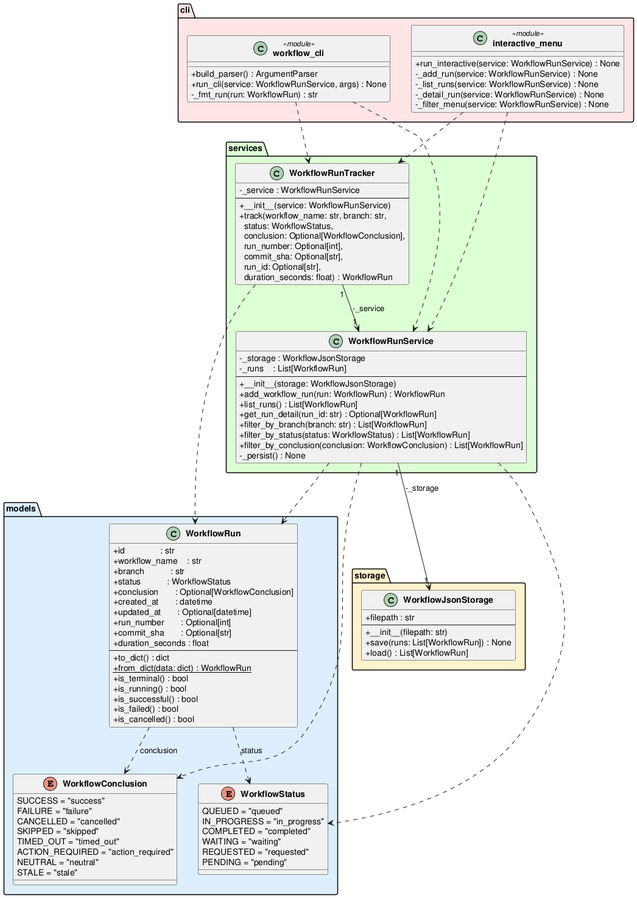
This is experiments/pipeline/structured_text/github-workflow-manager/artifacts/class_diagram.png from DanielRiha8906/Software_autoevolution_using_agents, a PlantUML export, as it was before one commit.
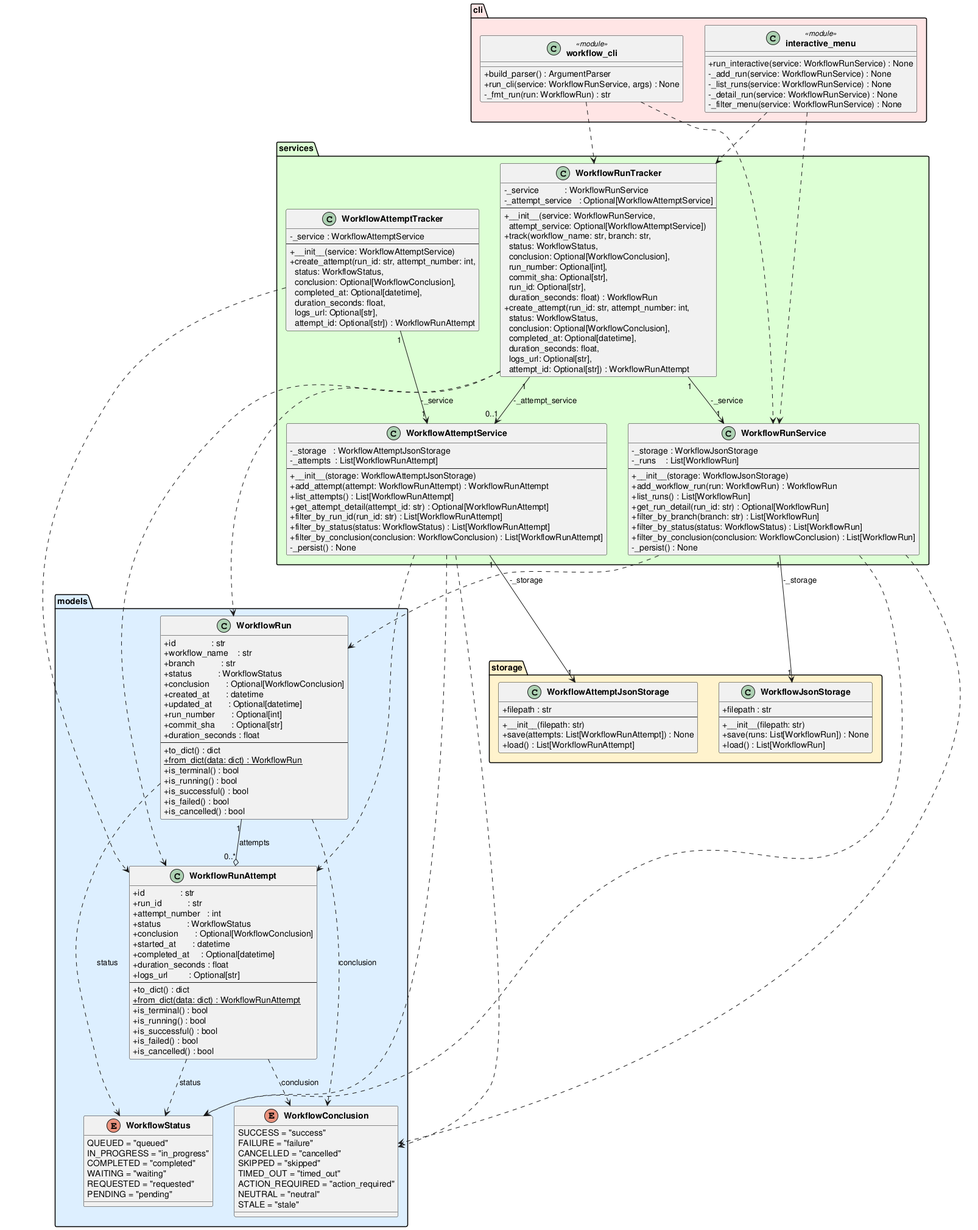
After the change.

Change to the diagram source:
```diff
@@ -44,6 +44,26 @@
         +is_failed() : bool
         +is_cancelled() : bool
     }
+
+    class WorkflowRunAttempt {
+        +id               : str
+        +run_id           : str
+        +attempt_number   : int
+        +status           : WorkflowStatus
+        +conclusion       : Optional[WorkflowConclusion]
+        +started_at       : datetime
+        +completed_at     : Optional[datetime]
+        +duration_seconds : float
+        +logs_url         : Optional[str]
+        --
+        +to_dict() : dict
+        +{static} from_dict(data: dict) : WorkflowRunAttempt
+        +is_terminal() : bool
+        +is_running() : bool
+        +is_successful() : bool
+        +is_failed() : bool
+        +is_cancelled() : bool
+    }
 }
 
 package "storage" #FFF3CC {
@@ -53,6 +73,14 @@
         +__init__(filepath: str)
         +save(runs: List[WorkflowRun]) : None
         +load() : List[WorkflowRun]
+    }
+
+    class WorkflowAttemptJsonStorage {
+        +filepath : str
+        --
+        +__init__(filepath: str)
+        +save(attempts: List[WorkflowRunAttempt]) : None
+        +load() : List[WorkflowRunAttempt]
     }
 }
 
@@ -71,11 +99,34 @@
         -_persist() : None
     }
 
+    class WorkflowAttemptService {
+        -_storage   : WorkflowAttemptJsonStorage
+        -_attempts  : List[WorkflowRunAttempt]
+        --
+        +__init__(storage: WorkflowAttemptJsonStorage)
+        +add_attempt(attempt: WorkflowRunAttempt) : WorkflowRunAttempt
+        +list_attempts() : List[WorkflowRunAttempt]
+        +get_attempt_detail(attempt_id: str) : Optional[WorkflowRunAttempt]
+        +filter_by_run_id(run_id: str) : List[WorkflowRunAttempt]
+        +filter_by_status(status: WorkflowStatus) : List[WorkflowRunAttempt]
+        +filter_by_conclusion(conclusion: WorkflowConclusion) : List[WorkflowRunAttempt]
+        -_persist() : None
+    }
+
     class WorkflowRunTracker {
-        -_service : WorkflowRunService
+        -_service           : WorkflowRunService
+        -_attempt_service   : Optional[WorkflowAttemptService]
         --
-        +__init__(service: WorkflowRunService)
+        +__init__(service: WorkflowRunService,\n  attempt_service: Optional[WorkflowAttemptService])
         +track(workflow_name: str, branch: str,\n  status: WorkflowStatus,\n  conclusion: Optional[WorkflowConclusion],\n  run_number: Optional[int],\n  commit_sha: Optional[str],\n  run_id: Optional[str],\n  duration_seconds: float) : WorkflowRun
+        +create_attempt(run_id: str, attempt_number: int,\n  status: WorkflowStatus,\n  conclusion: Optional[WorkflowConclusion],\n  completed_at: Optional[datetime],\n  duration_seconds: float,\n  logs_url: Optional[str],\n  attempt_id: Optional[str]) : WorkflowRunAttempt
+    }
+
+    class WorkflowAttemptTracker {
+        -_service : WorkflowAttemptService
+        --
+        +__init__(service: WorkflowAttemptService)
+        +create_attempt(run_id: str, attempt_number: int,\n  status: WorkflowStatus,\n  conclusion: Optional[WorkflowConclusion],\n  completed_at: Optional[datetime],\n  duration_seconds: float,\n  logs_url: Optional[str],\n  attempt_id: Optional[str]) : WorkflowRunAttempt
     }
 }
 
@@ -97,12 +148,27 @@
 
 WorkflowRun                ..>  WorkflowStatus        : status
 WorkflowRun                ..>  WorkflowConclusion    : conclusion
-WorkflowRunService    "1" --> "1" WorkflowJsonStorage : -_storage
+WorkflowRunAttempt         ..>  WorkflowStatus        : status
+WorkflowRunAttempt         ..>  WorkflowConclusion    : conclusion
+WorkflowRun          "1" --o "0..*" WorkflowRunAttempt : attempts
+
+WorkflowRunService         "1" --> "1" WorkflowJsonStorage : -_storage
+WorkflowAttemptService     "1" --> "1" WorkflowAttemptJsonStorage : -_storage
+
 WorkflowRunService         ..>  WorkflowRun
 WorkflowRunService         ..>  WorkflowStatus
 WorkflowRunService         ..>  WorkflowConclusion
-WorkflowRunTracker    "1" --> "1" WorkflowRunService  : -_service
+WorkflowAttemptService     ..>  WorkflowRunAttempt
+WorkflowAttemptService     ..>  WorkflowStatus
+WorkflowAttemptService     ..>  WorkflowConclusion
+
+WorkflowRunTracker         "1" --> "1" WorkflowRunService  : -_service
+WorkflowRunTracker         "1" --> "0..1" WorkflowAttemptService : -_attempt_service
 WorkflowRunTracker         ..>  WorkflowRun
+WorkflowRunTracker         ..>  WorkflowRunAttempt
+WorkflowAttemptTracker     "1" --> "1" WorkflowAttemptService : -_service
+WorkflowAttemptTracker     ..>  WorkflowRunAttempt
+
 "workflow_cli"             ..>  WorkflowRunService
 "workflow_cli"             ..>  WorkflowRunTracker
 "interactive_menu"         ..>  WorkflowRunService
```
